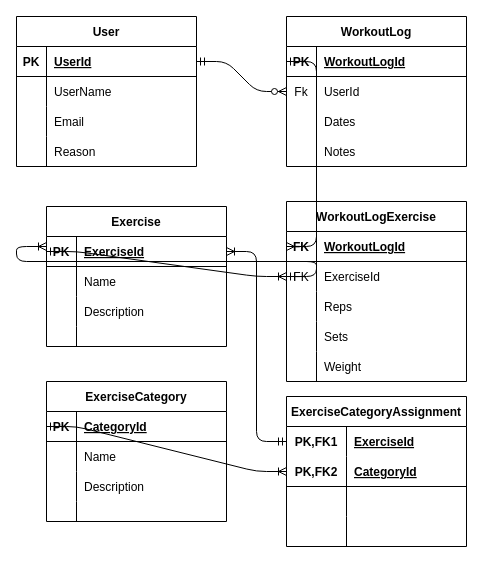
Above: FinalProject/UML/Diagram.drawio in JoshuaDaugherty/Chapter1--1115 (draw.io), before the change. Source tidied: cells renumbered, new cells numbered last; positions are measured from the earlier drawing's top-left corner, leaving out a move shared by most shapes. Both pictures are drawn from the tidied source at 100%, with x=0, y=0 at pixel (16, 16).
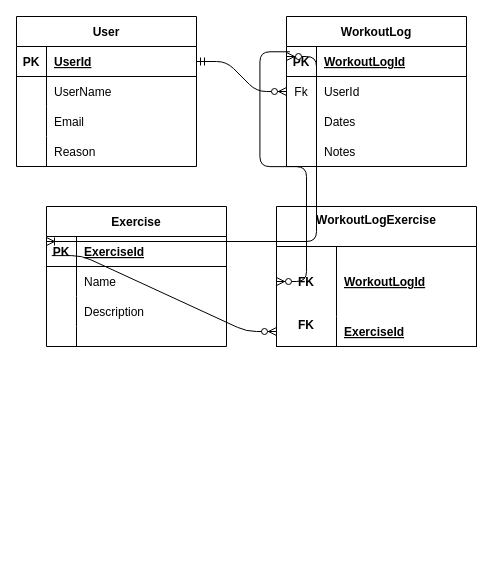
The same diagram, later.

The change refers to these unchanged cells:
```xml
<mxCell id="16" style="shape=tableRow;horizontal=0;startSize=0;swimlaneHead=0;swimlaneBody=0;fillColor=none;points=[[0,0.5],[1,0.5]];portConstraint=eastwest;top=0;left=0;right=0;bottom=1;" parent="15" vertex="1">
  <mxGeometry y="30" width="180" height="30" as="geometry" />
</mxCell>
<mxCell id="29" value="Exercise" style="shape=table;startSize=30;childLayout=tableLayout;rowLines=0;fontStyle=1;align=center;" parent="1" vertex="1">
  <mxGeometry x="30" y="190" width="180" height="140" as="geometry" />
</mxCell>
<mxCell id="30" style="shape=tableRow;horizontal=0;startSize=0;swimlaneHead=0;swimlaneBody=0;fillColor=none;points=[[0,0.5],[1,0.5]];portConstraint=eastwest;top=0;left=0;right=0;bottom=1;" parent="29" vertex="1">
  <mxGeometry y="30" width="180" height="30" as="geometry" />
</mxCell>
<mxCell id="33" style="shape=tableRow;horizontal=0;startSize=0;swimlaneHead=0;swimlaneBody=0;fillColor=none;points=[[0,0.5],[1,0.5]];portConstraint=eastwest;top=0;left=0;right=0;bottom=0;" parent="29" vertex="1">
  <mxGeometry y="60" width="180" height="30" as="geometry" />
</mxCell>
```

Diff of the diagram source:
```diff
@@
-    <mxCell id="42" value="WorkoutLogExercise" style="shape=table;startSize=30;childLayout=tableLayout;rowLines=0;fontStyle=1;align=center;" parent="1" vertex="1">
-      <mxGeometry x="270" y="185" width="180" height="180" as="geometry" />
+    <mxCell id="42" value="WorkoutLogExercise&#10;" style="shape=table;startSize=40;childLayout=tableLayout;rowLines=0;fontStyle=1;align=center;" parent="1" vertex="1">
+      <mxGeometry x="260" y="190" width="200" height="140" as="geometry" />
     </mxCell>
-    <mxCell id="43" style="shape=tableRow;horizontal=0;startSize=0;swimlaneHead=0;swimlaneBody=0;fillColor=none;points=[[0,0.5],[1,0.5]];portConstraint=eastwest;top=0;left=0;right=0;bottom=1;" parent="42" vertex="1">
-      <mxGeometry y="30" width="180" height="30" as="geometry" />
-    </mxCell>
+    <mxCell id="89" style="shape=tableRow;horizontal=0;startSize=0;swimlaneHead=0;swimlaneBody=0;fillColor=none;points=[[0,0.5],[1,0.5]];portConstraint=eastwest;top=0;left=0;right=0;bottom=0;" parent="42" vertex="1">
+      <mxGeometry y="40" width="200" height="70" as="geometry" />
+    </mxCell>
-    <mxCell id="44" value="FK" style="shape=partialRectangle;fillColor=none;top=0;left=0;bottom=0;right=0;fontStyle=1;overflow=hidden;" parent="43" vertex="1">
-      <mxGeometry width="30" height="30" as="geometry" />
+    <mxCell id="44" value="FK" style="shape=partialRectangle;fillColor=none;top=0;left=0;bottom=0;right=0;fontStyle=1;overflow=hidden;" parent="89" vertex="1">
+      <mxGeometry width="60" height="70" as="geometry" />
     </mxCell>
-    <mxCell id="45" value="WorkoutLogId" style="shape=partialRectangle;fillColor=none;top=0;left=0;bottom=0;right=0;align=left;spacingLeft=6;fontStyle=5;overflow=hidden;" parent="43" vertex="1">
-      <mxGeometry x="30" width="150" height="30" as="geometry" />
+    <mxCell id="45" value="WorkoutLogId" style="shape=partialRectangle;fillColor=none;top=0;left=0;bottom=0;right=0;align=left;spacingLeft=6;fontStyle=5;overflow=hidden;" parent="89" vertex="1">
+      <mxGeometry x="60" width="140" height="70" as="geometry" />
     </mxCell>
-    <mxCell id="46" style="shape=tableRow;horizontal=0;startSize=0;swimlaneHead=0;swimlaneBody=0;fillColor=none;top=0;left=0;right=0;bottom=0;" parent="42" vertex="1">
-      <mxGeometry y="60" width="180" height="30" as="geometry" />
-    </mxCell>
+    <mxCell id="90" style="shape=tableRow;horizontal=0;startSize=0;swimlaneHead=0;swimlaneBody=0;fillColor=none;points=[[0,0.5],[1,0.5]];portConstraint=eastwest;top=0;left=0;right=0;bottom=1;" parent="42" vertex="1">
+      <mxGeometry y="110" width="200" height="30" as="geometry" />
+    </mxCell>
-    <mxCell id="47" value="FK" style="shape=partialRectangle;fillColor=none;top=0;left=0;bottom=0;right=0;overflow=hidden;" parent="46" vertex="1">
-      <mxGeometry width="30" height="30" as="geometry" />
+    <mxCell id="47" value="FK&#10;" style="shape=partialRectangle;fillColor=none;top=0;left=0;bottom=0;right=0;fontStyle=1;overflow=hidden;" parent="90" vertex="1">
+      <mxGeometry width="60" height="30" as="geometry" />
     </mxCell>
-    <mxCell id="48" value="ExerciseId" style="shape=partialRectangle;fillColor=none;top=0;left=0;bottom=0;right=0;align=left;spacingLeft=6;overflow=hidden;" parent="46" vertex="1">
-      <mxGeometry x="30" width="150" height="30" as="geometry" />
-    </mxCell>
-    <mxCell id="49" style="shape=tableRow;horizontal=0;startSize=0;swimlaneHead=0;swimlaneBody=0;fillColor=none;top=0;left=0;right=0;bottom=0;" parent="42" vertex="1">
-      <mxGeometry y="90" width="180" height="30" as="geometry" />
-    </mxCell>
-    <mxCell id="50" style="shape=partialRectangle;fillColor=none;top=0;left=0;bottom=0;right=0;overflow=hidden;" parent="49" vertex="1">
-      <mxGeometry width="30" height="30" as="geometry" />
-    </mxCell>
-    <mxCell id="51" value="Reps" style="shape=partialRectangle;fillColor=none;top=0;left=0;bottom=0;right=0;align=left;spacingLeft=6;overflow=hidden;" parent="49" vertex="1">
-      <mxGeometry x="30" width="150" height="30" as="geometry" />
-    </mxCell>
-    <mxCell id="52" style="shape=tableRow;horizontal=0;startSize=0;swimlaneHead=0;swimlaneBody=0;fillColor=none;top=0;left=0;right=0;bottom=0;" parent="42" vertex="1">
-      <mxGeometry y="120" width="180" height="30" as="geometry" />
-    </mxCell>
-    <mxCell id="53" style="shape=partialRectangle;fillColor=none;top=0;left=0;bottom=0;right=0;overflow=hidden;" parent="52" vertex="1">
-      <mxGeometry width="30" height="30" as="geometry" />
-    </mxCell>
-    <mxCell id="54" value="Sets" style="shape=partialRectangle;fillColor=none;top=0;left=0;bottom=0;right=0;align=left;spacingLeft=6;overflow=hidden;" parent="52" vertex="1">
-      <mxGeometry x="30" width="150" height="30" as="geometry" />
-    </mxCell>
-    <mxCell id="55" style="shape=tableRow;horizontal=0;startSize=0;swimlaneHead=0;swimlaneBody=0;fillColor=none;top=0;left=0;right=0;bottom=0;" parent="42" vertex="1">
-      <mxGeometry y="150" width="180" height="30" as="geometry" />
-    </mxCell>
-    <mxCell id="56" style="shape=partialRectangle;fillColor=none;top=0;left=0;bottom=0;right=0;overflow=hidden;" parent="55" vertex="1">
-      <mxGeometry width="30" height="30" as="geometry" />
-    </mxCell>
-    <mxCell id="57" value="Weight" style="shape=partialRectangle;fillColor=none;top=0;left=0;bottom=0;right=0;align=left;spacingLeft=6;overflow=hidden;" parent="55" vertex="1">
-      <mxGeometry x="30" width="150" height="30" as="geometry" />
-    </mxCell>
-    <mxCell id="58" value="ExerciseCategory" style="shape=table;startSize=30;childLayout=tableLayout;rowLines=0;fontStyle=1;align=center;" parent="1" vertex="1">
-      <mxGeometry x="30" y="365" width="180" height="140" as="geometry" />
-    </mxCell>
-    <mxCell id="59" style="shape=tableRow;horizontal=0;startSize=0;swimlaneHead=0;swimlaneBody=0;fillColor=none;points=[[0,0.5],[1,0.5]];portConstraint=eastwest;top=0;left=0;right=0;bottom=1;" parent="58" vertex="1">
-      <mxGeometry y="30" width="180" height="30" as="geometry" />
-    </mxCell>
-    <mxCell id="60" value="PK" style="shape=partialRectangle;fillColor=none;top=0;left=0;bottom=0;right=0;fontStyle=1;overflow=hidden;" parent="59" vertex="1">
-      <mxGeometry width="30" height="30" as="geometry" />
-    </mxCell>
-    <mxCell id="61" value="CategoryId" style="shape=partialRectangle;fillColor=none;top=0;left=0;bottom=0;right=0;align=left;spacingLeft=6;fontStyle=5;overflow=hidden;" parent="59" vertex="1">
-      <mxGeometry x="30" width="150" height="30" as="geometry" />
-    </mxCell>
-    <mxCell id="62" style="shape=tableRow;horizontal=0;startSize=0;swimlaneHead=0;swimlaneBody=0;fillColor=none;top=0;left=0;right=0;bottom=0;" parent="58" vertex="1">
-      <mxGeometry y="60" width="180" height="30" as="geometry" />
-    </mxCell>
-    <mxCell id="63" style="shape=partialRectangle;fillColor=none;top=0;left=0;bottom=0;right=0;overflow=hidden;" parent="62" vertex="1">
-      <mxGeometry width="30" height="30" as="geometry" />
-    </mxCell>
-    <mxCell id="64" value="Name" style="shape=partialRectangle;fillColor=none;top=0;left=0;bottom=0;right=0;align=left;spacingLeft=6;overflow=hidden;" parent="62" vertex="1">
-      <mxGeometry x="30" width="150" height="30" as="geometry" />
-    </mxCell>
-    <mxCell id="65" style="shape=tableRow;horizontal=0;startSize=0;swimlaneHead=0;swimlaneBody=0;fillColor=none;top=0;left=0;right=0;bottom=0;" parent="58" vertex="1">
-      <mxGeometry y="90" width="180" height="30" as="geometry" />
-    </mxCell>
-    <mxCell id="66" style="shape=partialRectangle;fillColor=none;top=0;left=0;bottom=0;right=0;overflow=hidden;" parent="65" vertex="1">
-      <mxGeometry width="30" height="30" as="geometry" />
-    </mxCell>
-    <mxCell id="67" value="Description" style="shape=partialRectangle;fillColor=none;top=0;left=0;bottom=0;right=0;align=left;spacingLeft=6;overflow=hidden;" parent="65" vertex="1">
-      <mxGeometry x="30" width="150" height="30" as="geometry" />
-    </mxCell>
-    <mxCell id="68" style="shape=tableRow;horizontal=0;startSize=0;swimlaneHead=0;swimlaneBody=0;fillColor=none;top=0;left=0;right=0;bottom=0;" parent="58" vertex="1">
-      <mxGeometry y="120" width="180" height="20" as="geometry" />
-    </mxCell>
-    <mxCell id="69" style="shape=partialRectangle;fillColor=none;top=0;left=0;bottom=0;right=0;overflow=hidden;" parent="68" vertex="1">
-      <mxGeometry width="30" height="20" as="geometry" />
-    </mxCell>
-    <mxCell id="70" style="shape=partialRectangle;fillColor=none;top=0;left=0;bottom=0;right=0;align=left;spacingLeft=6;overflow=hidden;" parent="68" vertex="1">
-      <mxGeometry x="30" width="150" height="20" as="geometry" />
-    </mxCell>
-    <mxCell id="71" value="ExerciseCategoryAssignment" style="shape=table;startSize=30;childLayout=tableLayout;rowLines=0;fontStyle=1;align=center;" parent="1" vertex="1">
-      <mxGeometry x="270" y="380" width="180" height="150" as="geometry" />
-    </mxCell>
-    <mxCell id="72" style="shape=tableRow;horizontal=0;startSize=0;swimlaneHead=0;swimlaneBody=0;fillColor=none;points=[[0,0.5],[1,0.5]];portConstraint=eastwest;top=0;left=0;right=0;bottom=0;" parent="71" vertex="1">
-      <mxGeometry y="30" width="180" height="30" as="geometry" />
-    </mxCell>
-    <mxCell id="73" value="PK,FK1" style="shape=partialRectangle;fillColor=none;top=0;left=0;bottom=0;right=0;fontStyle=1;overflow=hidden;" parent="72" vertex="1">
-      <mxGeometry width="60" height="30" as="geometry" />
-    </mxCell>
-    <mxCell id="74" value="ExerciseId" style="shape=partialRectangle;fillColor=none;top=0;left=0;bottom=0;right=0;align=left;spacingLeft=6;fontStyle=5;overflow=hidden;" parent="72" vertex="1">
-      <mxGeometry x="60" width="120" height="30" as="geometry" />
+    <mxCell id="74" value="ExerciseId" style="shape=partialRectangle;fillColor=none;top=0;left=0;bottom=0;right=0;align=left;spacingLeft=6;fontStyle=5;overflow=hidden;" parent="90" vertex="1">
+      <mxGeometry x="60" width="140" height="30" as="geometry" />
     </mxCell>
-    <mxCell id="75" style="shape=tableRow;horizontal=0;startSize=0;swimlaneHead=0;swimlaneBody=0;fillColor=none;top=0;left=0;right=0;bottom=1;" parent="71" vertex="1">
-      <mxGeometry y="60" width="180" height="30" as="geometry" />
-    </mxCell>
-    <mxCell id="76" value="PK,FK2" style="shape=partialRectangle;fillColor=none;top=0;left=0;bottom=0;right=0;fontStyle=1;overflow=hidden;" parent="75" vertex="1">
-      <mxGeometry width="60" height="30" as="geometry" />
-    </mxCell>
-    <mxCell id="77" value="CategoryId" style="shape=partialRectangle;fillColor=none;top=0;left=0;bottom=0;right=0;align=left;spacingLeft=6;fontStyle=5;overflow=hidden;" parent="75" vertex="1">
-      <mxGeometry x="60" width="120" height="30" as="geometry" />
-    </mxCell>
-    <mxCell id="78" style="shape=tableRow;horizontal=0;startSize=0;swimlaneHead=0;swimlaneBody=0;fillColor=none;top=0;left=0;right=0;bottom=0;" parent="71" vertex="1">
-      <mxGeometry y="90" width="180" height="30" as="geometry" />
-    </mxCell>
-    <mxCell id="79" style="shape=partialRectangle;fillColor=none;top=0;left=0;bottom=0;right=0;overflow=hidden;" parent="78" vertex="1">
-      <mxGeometry width="60" height="30" as="geometry" />
-    </mxCell>
-    <mxCell id="80" style="shape=partialRectangle;fillColor=none;top=0;left=0;bottom=0;right=0;align=left;spacingLeft=6;overflow=hidden;" parent="78" vertex="1">
-      <mxGeometry x="60" width="120" height="30" as="geometry" />
-    </mxCell>
-    <mxCell id="81" style="shape=tableRow;horizontal=0;startSize=0;swimlaneHead=0;swimlaneBody=0;fillColor=none;top=0;left=0;right=0;bottom=0;" parent="71" vertex="1">
-      <mxGeometry y="120" width="180" height="30" as="geometry" />
-    </mxCell>
-    <mxCell id="82" style="shape=partialRectangle;fillColor=none;top=0;left=0;bottom=0;right=0;overflow=hidden;" parent="81" vertex="1">
-      <mxGeometry width="60" height="30" as="geometry" />
-    </mxCell>
-    <mxCell id="83" style="shape=partialRectangle;fillColor=none;top=0;left=0;bottom=0;right=0;align=left;spacingLeft=6;overflow=hidden;" parent="81" vertex="1">
-      <mxGeometry x="60" width="120" height="30" as="geometry" />
-    </mxCell>
-    <mxCell id="84" style="edgeStyle=entityRelationEdgeStyle;fontSize=12;html=1;endArrow=ERoneToMany;startArrow=ERmandOne;entryX=0;entryY=0.5;entryDx=0;entryDy=0;exitX=0;exitY=0.5;exitDx=0;exitDy=0;" parent="1" edge="1" source="16" target="43">
-      <mxGeometry relative="1" as="geometry" />
-    </mxCell>
-    <mxCell id="85" style="edgeStyle=entityRelationEdgeStyle;fontSize=12;html=1;endArrow=ERoneToMany;startArrow=ERmandOne;exitX=0;exitY=0.5;exitDx=0;exitDy=0;" parent="1" edge="1" source="30">
-      <mxGeometry relative="1" as="geometry">
-        <mxPoint x="270" y="260" as="targetPoint" />
-      </mxGeometry>
-    </mxCell>
-    <mxCell id="86" style="edgeStyle=entityRelationEdgeStyle;fontSize=12;html=1;endArrow=ERoneToMany;startArrow=ERmandOne;" parent="1" edge="1">
-      <mxGeometry relative="1" as="geometry">
-        <mxPoint x="270" y="260" as="sourcePoint" />
-        <mxPoint x="30" y="230" as="targetPoint" />
-      </mxGeometry>
-    </mxCell>
-    <mxCell id="87" style="edgeStyle=entityRelationEdgeStyle;fontSize=12;html=1;endArrow=ERoneToMany;startArrow=ERmandOne;exitX=0;exitY=0.5;exitDx=0;exitDy=0;entryX=1;entryY=0.5;entryDx=0;entryDy=0;" parent="1" edge="1" source="72" target="30">
-      <mxGeometry relative="1" as="geometry" />
-    </mxCell>
-    <mxCell id="88" style="edgeStyle=entityRelationEdgeStyle;fontSize=12;html=1;endArrow=ERoneToMany;startArrow=ERmandOne;entryX=0;entryY=0.5;entryDx=0;entryDy=0;exitX=0;exitY=0.5;exitDx=0;exitDy=0;" parent="1" edge="1" source="59" target="71">
-      <mxGeometry relative="1" as="geometry" />
-    </mxCell>
+    <mxCell id="91" style="edgeStyle=entityRelationEdgeStyle;fontSize=12;html=1;endArrow=ERzeroToMany;endFill=1;entryX=0;entryY=0.5;entryDx=0;entryDy=0;exitX=0.029;exitY=-0.363;exitDx=0;exitDy=0;exitPerimeter=0;" parent="1" edge="1" source="33" target="90">
+      <mxGeometry relative="1" as="geometry" />
+    </mxCell>
+    <mxCell id="92" style="edgeStyle=entityRelationEdgeStyle;fontSize=12;html=1;endArrow=ERzeroToMany;endFill=1;exitX=0.019;exitY=0.176;exitDx=0;exitDy=0;exitPerimeter=0;entryX=0;entryY=0.5;entryDx=0;entryDy=0;" parent="1" edge="1" source="16" target="89">
+      <mxGeometry relative="1" as="geometry" />
+    </mxCell>
+    <mxCell id="93" style="edgeStyle=entityRelationEdgeStyle;fontSize=12;html=1;endArrow=ERoneToMany;startArrow=ERzeroToMany;entryX=0;entryY=0.25;entryDx=0;entryDy=0;" parent="1" edge="1" target="29">
+      <mxGeometry relative="1" as="geometry">
+        <mxPoint x="270" y="40" as="sourcePoint" />
+      </mxGeometry>
+    </mxCell>
```
